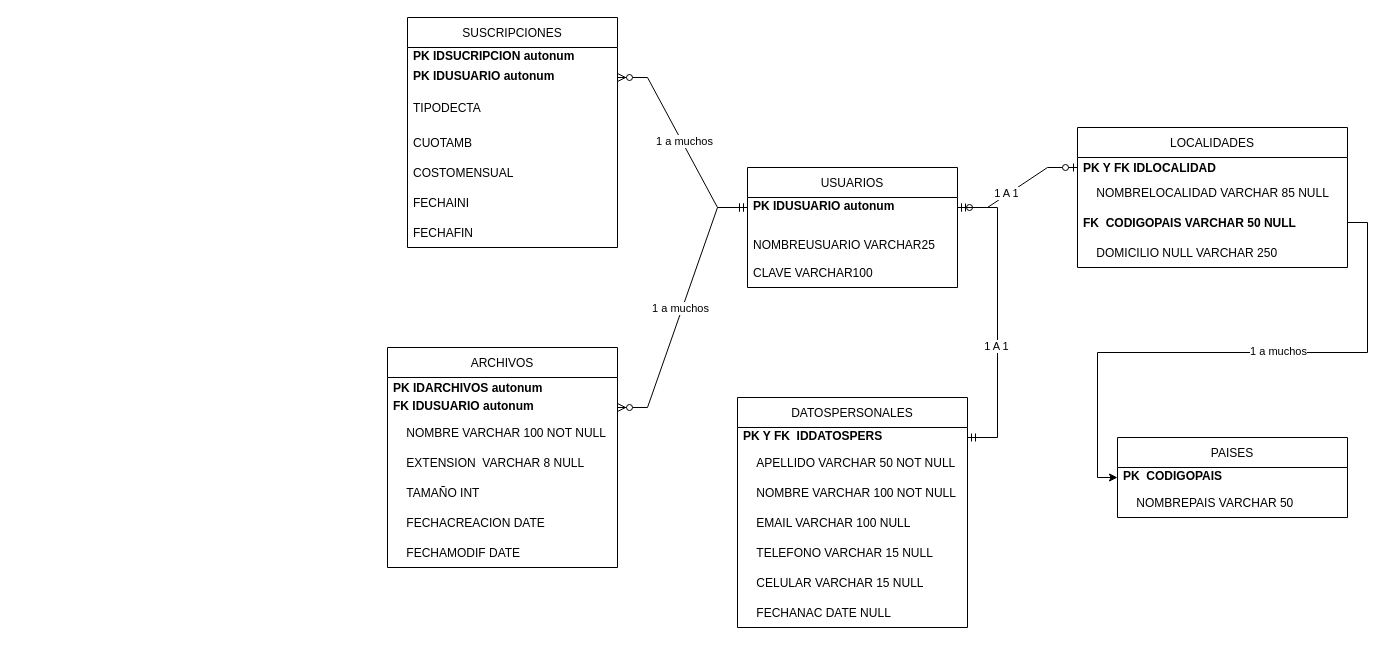
Above: Actividad 1.4 LARABOX.drawio in MATUKE23/LABIII (draw.io), before the change. Source tidied: cells renumbered, new cells numbered last; positions are measured from the earlier drawing's top-left corner, leaving out a move shared by most shapes. Both pictures are drawn from the tidied source at 100%, with x=0, y=0 at pixel (387, 17).
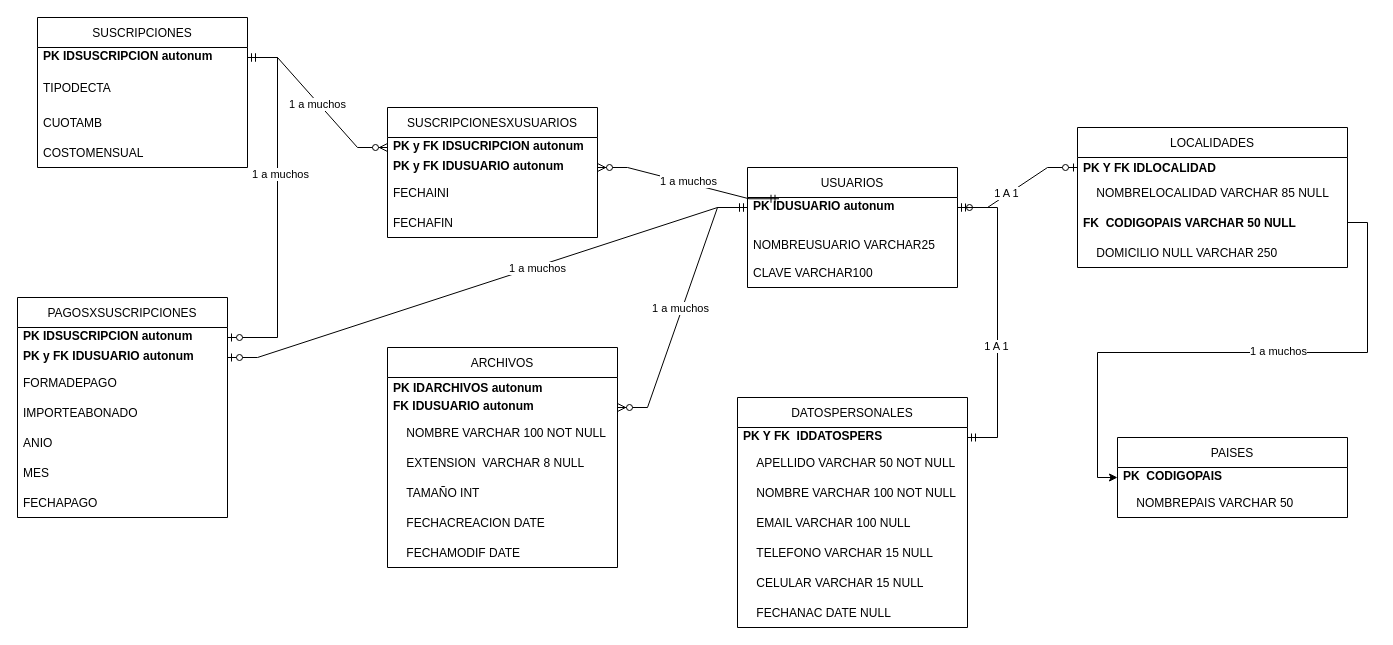
After the change.

Unchanged cells that the change refers to:
```xml
<mxCell id="3" value="PK IDUSUARIO autonum&#10;" style="text;strokeColor=none;fillColor=none;align=left;verticalAlign=middle;spacingLeft=4;spacingRight=4;overflow=hidden;points=[[0,0.5],[1,0.5]];portConstraint=eastwest;fontStyle=1;" parent="2" vertex="1">
  <mxGeometry y="30" width="210" height="20" as="geometry" />
</mxCell>
<mxCell id="24" value="FK IDUSUARIO autonum&#10;" style="text;strokeColor=none;fillColor=none;align=left;verticalAlign=middle;spacingLeft=4;spacingRight=4;overflow=hidden;points=[[0,0.5],[1,0.5]];portConstraint=eastwest;fontStyle=1;" parent="22" vertex="1">
  <mxGeometry y="50" width="230" height="20" as="geometry" />
</mxCell>
```

The edit, as a diff of the source:
```diff
@@
     <mxCell id="36" value="SUSCRIPCIONES" style="swimlane;fontStyle=0;horizontal=1;startSize=30;" parent="1" vertex="1">
-      <mxGeometry x="20" width="210" height="230" as="geometry" />
+      <mxGeometry x="-350" width="210" height="150" as="geometry" />
     </mxCell>
-    <mxCell id="37" value="PK IDSUCRIPCION autonum&#10;" style="text;strokeColor=none;fillColor=none;align=left;verticalAlign=middle;spacingLeft=4;spacingRight=4;overflow=hidden;points=[[0,0.5],[1,0.5]];portConstraint=eastwest;fontStyle=1;" parent="36" vertex="1">
+    <mxCell id="37" value="PK IDSUSCRIPCION autonum&#10;" style="text;strokeColor=none;fillColor=none;align=left;verticalAlign=middle;spacingLeft=4;spacingRight=4;overflow=hidden;points=[[0,0.5],[1,0.5]];portConstraint=eastwest;fontStyle=1;" parent="36" vertex="1">
       <mxGeometry y="30" width="210" height="20" as="geometry" />
     </mxCell>
-    <mxCell id="38" value="PK IDUSUARIO autonum&#10;" style="text;strokeColor=none;fillColor=none;align=left;verticalAlign=middle;spacingLeft=4;spacingRight=4;overflow=hidden;points=[[0,0.5],[1,0.5]];portConstraint=eastwest;fontStyle=1;" parent="36" vertex="1">
-      <mxGeometry y="50" width="210" height="20" as="geometry" />
-    </mxCell>
     <mxCell id="39" value="TIPODECTA" style="text;strokeColor=none;fillColor=none;align=left;verticalAlign=middle;spacingLeft=4;spacingRight=4;overflow=hidden;" parent="36" vertex="1">
-      <mxGeometry y="70" width="210" height="40" as="geometry" />
+      <mxGeometry y="50" width="210" height="40" as="geometry" />
     </mxCell>
     <mxCell id="40" value="CUOTAMB" style="text;strokeColor=none;fillColor=none;align=left;verticalAlign=middle;spacingLeft=4;spacingRight=4;overflow=hidden;" parent="36" vertex="1">
-      <mxGeometry y="110" width="210" height="30" as="geometry" />
+      <mxGeometry y="90" width="210" height="30" as="geometry" />
     </mxCell>
     <mxCell id="41" value="COSTOMENSUAL" style="text;strokeColor=none;fillColor=none;align=left;verticalAlign=middle;spacingLeft=4;spacingRight=4;overflow=hidden;" parent="36" vertex="1">
-      <mxGeometry y="140" width="210" height="30" as="geometry" />
+      <mxGeometry y="120" width="210" height="30" as="geometry" />
     </mxCell>
+    <mxCell id="44" style="edgeStyle=entityRelationEdgeStyle;fontSize=12;html=1;endArrow=ERzeroToMany;startArrow=ERmandOne;rounded=0;" parent="1" edge="1" source="3" target="24">
+      <mxGeometry relative="1" as="geometry" />
+    </mxCell>
+    <mxCell id="45" value="1 a muchos" style="edgeLabel;html=1;align=center;verticalAlign=middle;" parent="44" vertex="1">
+      <mxGeometry x="0.01" y="-2" relative="1" as="geometry" />
+    </mxCell>
+    <mxCell id="48" value="PAGOSXSUSCRIPCIONES" style="swimlane;fontStyle=0;horizontal=1;startSize=30;" parent="1" vertex="1">
+      <mxGeometry x="-370" y="280" width="210" height="220" as="geometry" />
+    </mxCell>
+    <mxCell id="49" value="PK IDSUSCRIPCION autonum&#10;" style="text;strokeColor=none;fillColor=none;align=left;verticalAlign=middle;spacingLeft=4;spacingRight=4;overflow=hidden;points=[[0,0.5],[1,0.5]];portConstraint=eastwest;fontStyle=1;" parent="48" vertex="1">
+      <mxGeometry y="30" width="210" height="20" as="geometry" />
+    </mxCell>
+    <mxCell id="50" value="PK y FK IDUSUARIO autonum&#10;" style="text;strokeColor=none;fillColor=none;align=left;verticalAlign=middle;spacingLeft=4;spacingRight=4;overflow=hidden;points=[[0,0.5],[1,0.5]];portConstraint=eastwest;fontStyle=1;" parent="48" vertex="1">
+      <mxGeometry y="50" width="210" height="20" as="geometry" />
+    </mxCell>
+    <mxCell id="51" value="FORMADEPAGO" style="text;strokeColor=none;fillColor=none;align=left;verticalAlign=middle;spacingLeft=4;spacingRight=4;overflow=hidden;" parent="48" vertex="1">
+      <mxGeometry y="70" width="210" height="30" as="geometry" />
+    </mxCell>
+    <mxCell id="52" value="IMPORTEABONADO" style="text;strokeColor=none;fillColor=none;align=left;verticalAlign=middle;spacingLeft=4;spacingRight=4;overflow=hidden;" parent="48" vertex="1">
+      <mxGeometry y="100" width="210" height="30" as="geometry" />
+    </mxCell>
+    <mxCell id="53" value="ANIO" style="text;strokeColor=none;fillColor=none;align=left;verticalAlign=middle;spacingLeft=4;spacingRight=4;overflow=hidden;" parent="48" vertex="1">
+      <mxGeometry y="130" width="210" height="30" as="geometry" />
+    </mxCell>
+    <mxCell id="54" value="MES" style="text;strokeColor=none;fillColor=none;align=left;verticalAlign=middle;spacingLeft=4;spacingRight=4;overflow=hidden;" parent="48" vertex="1">
+      <mxGeometry y="160" width="210" height="30" as="geometry" />
+    </mxCell>
+    <mxCell id="55" value="FECHAPAGO" style="text;strokeColor=none;fillColor=none;align=left;verticalAlign=middle;spacingLeft=4;spacingRight=4;overflow=hidden;" parent="48" vertex="1">
+      <mxGeometry y="190" width="210" height="30" as="geometry" />
+    </mxCell>
+    <mxCell id="56" style="edgeStyle=entityRelationEdgeStyle;fontSize=12;html=1;endArrow=ERzeroToOne;startArrow=ERmandOne;rounded=0;" parent="1" edge="1" source="37" target="49">
+      <mxGeometry relative="1" as="geometry" />
+    </mxCell>
+    <mxCell id="57" value="1 a muchos" style="edgeLabel;html=1;align=center;verticalAlign=middle;" parent="56" vertex="1">
+      <mxGeometry x="-0.19" y="2" relative="1" as="geometry" />
+    </mxCell>
+    <mxCell id="58" value="SUSCRIPCIONESXUSUARIOS" style="swimlane;fontStyle=0;horizontal=1;startSize=30;" parent="1" vertex="1">
+      <mxGeometry y="90" width="210" height="130" as="geometry" />
+    </mxCell>
+    <mxCell id="59" value="PK y FK IDSUCRIPCION autonum&#10;" style="text;strokeColor=none;fillColor=none;align=left;verticalAlign=middle;spacingLeft=4;spacingRight=4;overflow=hidden;points=[[0,0.5],[1,0.5]];portConstraint=eastwest;fontStyle=1;" parent="58" vertex="1">
+      <mxGeometry y="30" width="210" height="20" as="geometry" />
+    </mxCell>
+    <mxCell id="60" value="PK y FK IDUSUARIO autonum&#10;" style="text;strokeColor=none;fillColor=none;align=left;verticalAlign=middle;spacingLeft=4;spacingRight=4;overflow=hidden;points=[[0,0.5],[1,0.5]];portConstraint=eastwest;fontStyle=1;" parent="58" vertex="1">
+      <mxGeometry y="50" width="210" height="20" as="geometry" />
+    </mxCell>
-    <mxCell id="42" value="FECHAINI" style="text;strokeColor=none;fillColor=none;align=left;verticalAlign=middle;spacingLeft=4;spacingRight=4;overflow=hidden;" parent="36" vertex="1">
-      <mxGeometry y="170" width="210" height="30" as="geometry" />
+    <mxCell id="42" value="FECHAINI" style="text;strokeColor=none;fillColor=none;align=left;verticalAlign=middle;spacingLeft=4;spacingRight=4;overflow=hidden;" parent="58" vertex="1">
+      <mxGeometry y="70" width="210" height="30" as="geometry" />
     </mxCell>
-    <mxCell id="43" value="FECHAFIN" style="text;strokeColor=none;fillColor=none;align=left;verticalAlign=middle;spacingLeft=4;spacingRight=4;overflow=hidden;" parent="36" vertex="1">
-      <mxGeometry y="200" width="210" height="30" as="geometry" />
+    <mxCell id="43" value="FECHAFIN" style="text;strokeColor=none;fillColor=none;align=left;verticalAlign=middle;spacingLeft=4;spacingRight=4;overflow=hidden;" parent="58" vertex="1">
+      <mxGeometry y="100" width="210" height="30" as="geometry" />
     </mxCell>
-    <mxCell id="44" style="edgeStyle=entityRelationEdgeStyle;fontSize=12;html=1;endArrow=ERzeroToMany;startArrow=ERmandOne;rounded=0;" parent="1" edge="1" source="3" target="24">
-      <mxGeometry relative="1" as="geometry" />
-    </mxCell>
-    <mxCell id="45" value="1 a muchos" style="edgeLabel;html=1;align=center;verticalAlign=middle;" parent="44" vertex="1">
-      <mxGeometry x="0.01" y="-2" relative="1" as="geometry" />
-    </mxCell>
-    <mxCell id="46" style="edgeStyle=entityRelationEdgeStyle;fontSize=12;html=1;endArrow=ERzeroToMany;startArrow=ERmandOne;rounded=0;" parent="1" edge="1" source="3" target="38">
-      <mxGeometry relative="1" as="geometry" />
-    </mxCell>
-    <mxCell id="47" value="1 a muchos" style="edgeLabel;html=1;align=center;verticalAlign=middle;" parent="46" vertex="1">
-      <mxGeometry x="0.01" y="-2" relative="1" as="geometry" />
-    </mxCell>
+    <mxCell id="61" style="edgeStyle=entityRelationEdgeStyle;fontSize=12;html=1;endArrow=ERzeroToMany;startArrow=ERmandOne;rounded=0;exitX=0.15;exitY=0.063;exitDx=0;exitDy=0;exitPerimeter=0;" parent="1" edge="1" source="3" target="60">
+      <mxGeometry relative="1" as="geometry" />
+    </mxCell>
+    <mxCell id="62" value="1 a muchos" style="edgeLabel;html=1;align=center;verticalAlign=middle;" parent="61" vertex="1">
+      <mxGeometry x="0.01" y="-2" relative="1" as="geometry" />
+    </mxCell>
+    <mxCell id="63" style="edgeStyle=entityRelationEdgeStyle;fontSize=12;html=1;endArrow=ERzeroToMany;startArrow=ERmandOne;rounded=0;" parent="1" edge="1" source="37" target="59">
+      <mxGeometry relative="1" as="geometry" />
+    </mxCell>
+    <mxCell id="64" value="1 a muchos" style="edgeLabel;html=1;align=center;verticalAlign=middle;" parent="63" vertex="1">
+      <mxGeometry x="0.01" y="-2" relative="1" as="geometry" />
+    </mxCell>
+    <mxCell id="65" style="edgeStyle=entityRelationEdgeStyle;fontSize=12;html=1;endArrow=ERzeroToOne;startArrow=ERmandOne;rounded=0;" parent="1" edge="1" source="3" target="50">
+      <mxGeometry relative="1" as="geometry" />
+    </mxCell>
+    <mxCell id="66" value="1 a muchos" style="edgeLabel;html=1;align=center;verticalAlign=middle;" parent="65" vertex="1">
+      <mxGeometry x="-0.19" y="2" relative="1" as="geometry" />
+    </mxCell>
```
